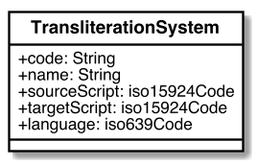
Before: images/system.png, a diagram exported from PlantUML (CalConnect/csd-transcription-systems).
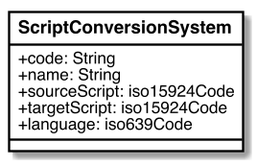
The same diagram one commit later.

The edit, as a diff of the source:
```diff
@@ -40,7 +40,7 @@
 
 
 
-class TransliterationSystem {
+class ScriptConversionSystem {
   +code: String
   +name: String
   +sourceScript: iso15924Code
@@ -49,5 +49,4 @@
 }
 
 
-
 @enduml
```
